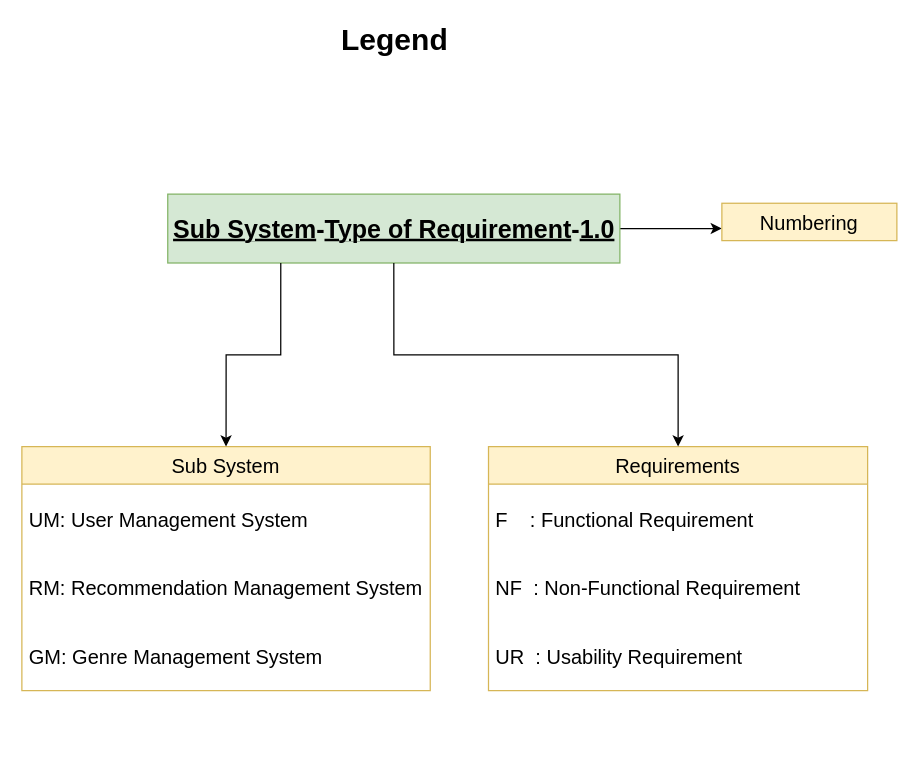
Above: Diagrams/io files/Legend.drawio in Moonholiday/OniMusic-Misc (draw.io), before the change. Source tidied: cells renumbered, new cells numbered last; positions are measured from the earlier drawing's top-left corner, leaving out a move shared by most shapes. Both pictures are drawn from the tidied source at 125%, with x=0, y=0 at pixel (21, 21).
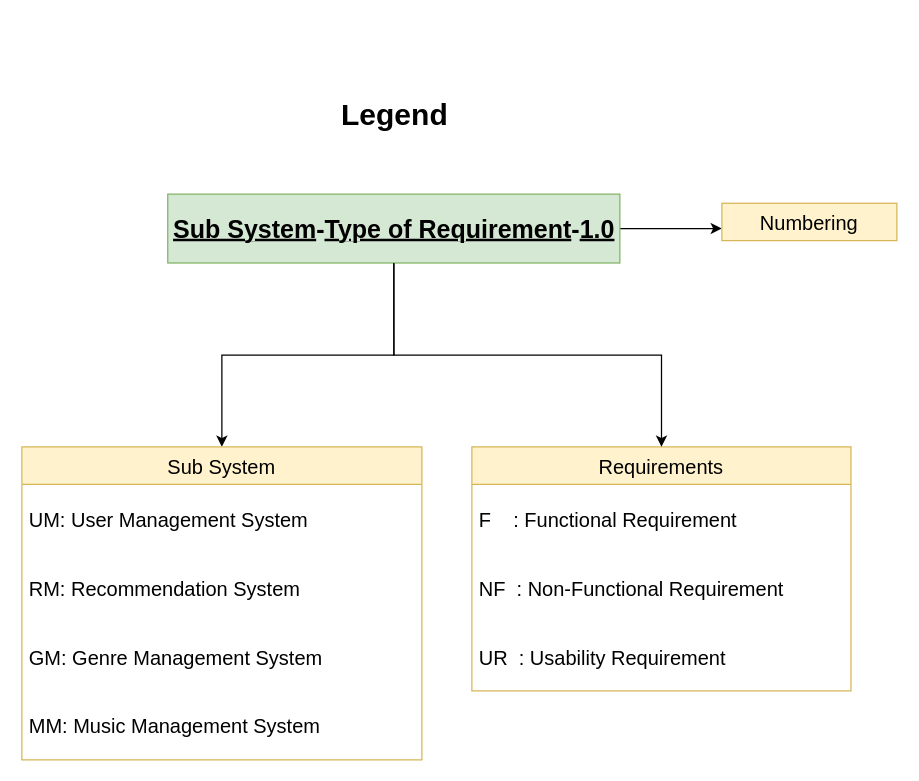
The same diagram, later.

Diff of the diagram source:
```diff
@@
 <mxGraphModel>
   <root>
     <mxCell id="0" />
     <mxCell id="1" parent="0" />
     <mxCell id="2" style="edgeStyle=orthogonalEdgeStyle;rounded=0;jettySize=auto;html=1;exitX=1;exitY=0.5;exitDx=0;exitDy=0;fontSize=16;shadow=0;" parent="1" edge="1" source="3">
       <mxGeometry relative="1" as="geometry">
         <mxPoint x="560" y="165.3" as="targetPoint" />
       </mxGeometry>
     </mxCell>
+    <mxCell id="8" style="edgeStyle=orthogonalEdgeStyle;rounded=0;jettySize=auto;html=1;entryX=0.5;entryY=0;entryDx=0;entryDy=0;fontSize=24;" parent="1" edge="1" source="3" target="4">
+      <mxGeometry relative="1" as="geometry" />
+    </mxCell>
     <mxCell id="3" value="&lt;b style=&quot;font-size: 20px&quot;&gt;&lt;font style=&quot;font-size: 20px&quot;&gt;&lt;u&gt;Sub System&lt;/u&gt;-&lt;u&gt;Type of Requirement&lt;/u&gt;-&lt;u&gt;1.0&lt;/u&gt;&lt;/font&gt;&lt;/b&gt;" style="text;html=1;strokeColor=#82b366;fillColor=#d5e8d4;align=center;verticalAlign=middle;whiteSpace=wrap;rounded=0;shadow=0;" parent="1" vertex="1">
       <mxGeometry x="116.7" y="137.8" width="361.7" height="55.1" as="geometry" />
     </mxCell>
     <mxCell id="4" value="Sub System" style="swimlane;fontStyle=0;horizontal=1;startSize=30;shadow=0;fontSize=16;fillColor=#fff2cc;strokeColor=#d6b656;" parent="1" vertex="1">
-      <mxGeometry y="339.7" width="326.7" height="195.2" as="geometry" />
+      <mxGeometry y="340" width="320" height="250.3" as="geometry" />
     </mxCell>
     <mxCell id="5" value="UM: User Management System" style="text;strokeColor=none;fillColor=none;align=left;verticalAlign=middle;spacingLeft=4;spacingRight=4;overflow=hidden;shadow=0;fontSize=16;" parent="4" vertex="1">
-      <mxGeometry y="30" width="326.7" height="55.1" as="geometry" />
+      <mxGeometry y="30" width="320" height="55.1" as="geometry" />
     </mxCell>
-    <mxCell id="6" value="RM: Recommendation Management System" style="text;strokeColor=none;fillColor=none;align=left;verticalAlign=middle;spacingLeft=4;spacingRight=4;overflow=hidden;shadow=0;fontSize=16;" parent="4" vertex="1">
-      <mxGeometry y="85.1" width="326.7" height="55.1" as="geometry" />
+    <mxCell id="6" value="RM: Recommendation System" style="text;strokeColor=none;fillColor=none;align=left;verticalAlign=middle;spacingLeft=4;spacingRight=4;overflow=hidden;shadow=0;fontSize=16;" parent="4" vertex="1">
+      <mxGeometry y="85.1" width="320" height="55.1" as="geometry" />
     </mxCell>
+    <mxCell id="16" value="GM: Genre Management System" style="text;strokeColor=none;fillColor=none;align=left;verticalAlign=middle;spacingLeft=4;spacingRight=4;overflow=hidden;shadow=0;fontSize=16;" parent="4" vertex="1">
+      <mxGeometry y="140.1" width="320" height="55.1" as="geometry" />
+    </mxCell>
-    <mxCell id="7" value="GM: Genre Management System" style="text;strokeColor=none;fillColor=none;align=left;verticalAlign=middle;spacingLeft=4;spacingRight=4;overflow=hidden;shadow=0;fontSize=16;" parent="4" vertex="1">
-      <mxGeometry y="140.1" width="326.7" height="55.1" as="geometry" />
+    <mxCell id="7" value="MM: Music Management System" style="text;strokeColor=none;fillColor=none;align=left;verticalAlign=middle;spacingLeft=4;spacingRight=4;overflow=hidden;shadow=0;fontSize=16;" parent="4" vertex="1">
+      <mxGeometry y="195.2" width="320" height="55.1" as="geometry" />
     </mxCell>
-    <mxCell id="8" style="edgeStyle=orthogonalEdgeStyle;rounded=0;jettySize=auto;html=1;exitX=0.25;exitY=1;exitDx=0;exitDy=0;entryX=0.5;entryY=0;entryDx=0;entryDy=0;fontSize=16;shadow=0;" parent="1" edge="1" source="3" target="4">
-      <mxGeometry relative="1" as="geometry" />
-    </mxCell>
     <mxCell id="9" value="Requirements" style="swimlane;fontStyle=0;horizontal=1;startSize=30;shadow=0;fontSize=16;fillColor=#fff2cc;strokeColor=#d6b656;" parent="1" vertex="1">
-      <mxGeometry x="373.3" y="339.7" width="303.3" height="195.2" as="geometry" />
+      <mxGeometry x="360" y="340" width="303.3" height="195.2" as="geometry" />
     </mxCell>
     <mxCell id="10" value="F    : Functional Requirement" style="text;strokeColor=none;fillColor=none;align=left;verticalAlign=middle;spacingLeft=4;spacingRight=4;overflow=hidden;shadow=0;fontSize=16;" parent="9" vertex="1">
       <mxGeometry y="30" width="303.3" height="55.1" as="geometry" />
     </mxCell>
     <mxCell id="11" value="NF  : Non-Functional Requirement      " style="text;strokeColor=none;fillColor=none;align=left;verticalAlign=middle;spacingLeft=4;spacingRight=4;overflow=hidden;shadow=0;fontSize=16;" parent="9" vertex="1">
       <mxGeometry y="85.1" width="303.3" height="55.1" as="geometry" />
     </mxCell>
     <mxCell id="12" value="UR  : Usability Requirement  " style="text;strokeColor=none;fillColor=none;align=left;verticalAlign=middle;spacingLeft=4;spacingRight=4;overflow=hidden;shadow=0;fontSize=16;" parent="9" vertex="1">
       <mxGeometry y="140.1" width="303.3" height="55.1" as="geometry" />
     </mxCell>
     <mxCell id="13" style="edgeStyle=orthogonalEdgeStyle;rounded=0;jettySize=auto;html=1;exitX=0.5;exitY=1;exitDx=0;exitDy=0;fontSize=16;shadow=0;" parent="1" edge="1" source="3" target="9">
       <mxGeometry relative="1" as="geometry" />
     </mxCell>
     <mxCell id="14" value="Numbering" style="text;strokeColor=#d6b656;fillColor=#fff2cc;align=center;verticalAlign=top;spacingLeft=4;spacingRight=4;overflow=hidden;fontSize=16;shadow=0;" parent="1" vertex="1">
       <mxGeometry x="560" y="145.1" width="140" height="29.9" as="geometry" />
     </mxCell>
     <mxCell id="15" value="&lt;b&gt;&lt;font style=&quot;font-size: 24px&quot;&gt;Legend&lt;/font&gt;&lt;/b&gt;" style="text;html=1;align=center;verticalAlign=middle;strokeColor=none;fillColor=none;fontSize=16;shadow=0;" parent="1" vertex="1">
-      <mxGeometry x="247.5" width="100" height="30" as="geometry" />
+      <mxGeometry x="247.5" y="60" width="100" height="30" as="geometry" />
     </mxCell>
   </root>
 </mxGraphModel>
```
